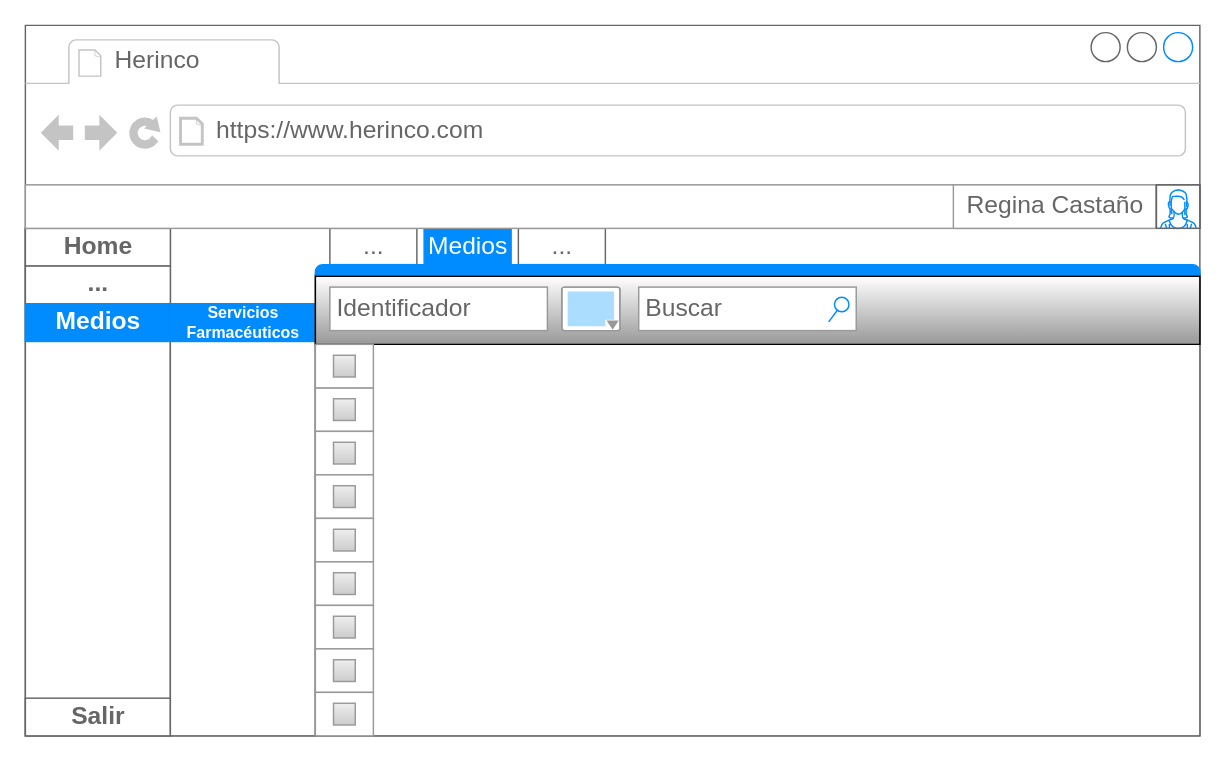
Above: Untitled Diagram.drawio in 0scarTrujill0/MOCKUPS-MAESTRO-MEDIOS (draw.io), before the change. Source tidied: cells renumbered, new cells numbered last; positions are measured from the earlier drawing's top-left corner, leaving out a move shared by most shapes. Both pictures are drawn from the tidied source at 145%, with x=0, y=0 at pixel (25, 25).
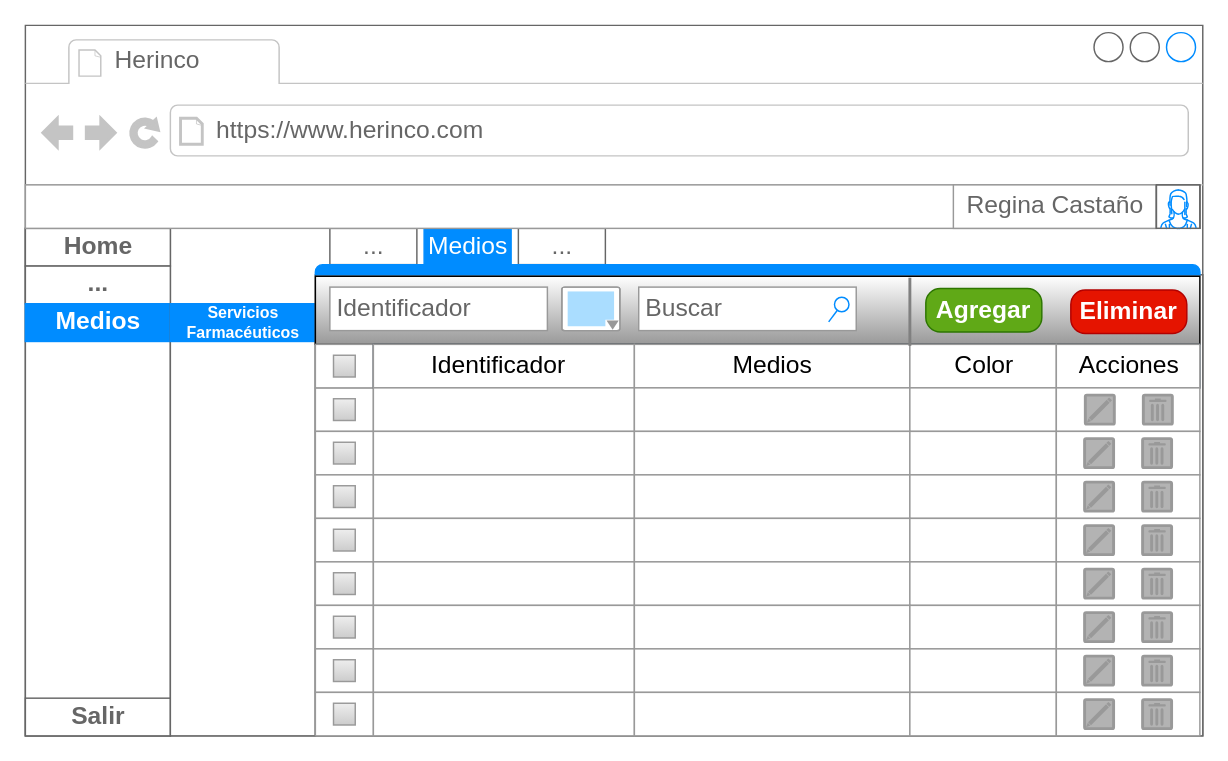
The same diagram, later.

Diff of the diagram source:
```diff
@@
     <mxCell id="2" style="strokeWidth=1;shadow=0;dashed=0;align=center;html=1;shape=mxgraph.mockup.containers.browserWindow;rSize=0;strokeColor=#666666;strokeColor2=#008cff;strokeColor3=#c4c4c4;mainText=,;" parent="1" vertex="1">
-      <mxGeometry width="810" height="490" as="geometry" />
+      <mxGeometry width="812" height="490" as="geometry" />
     </mxCell>
@@
     <mxCell id="12" style="strokeWidth=1;shadow=0;dashed=0;align=center;html=1;shape=mxgraph.mockup.containers.marginRect2;rectMarginTop=32;strokeColor=#666666;gradientColor=none;labelBackgroundColor=none;fontSize=11;" parent="2" vertex="1">
-      <mxGeometry x="200" y="140" width="610" height="350" as="geometry" />
+      <mxGeometry x="200" y="140" width="612" height="350" as="geometry" />
     </mxCell>
@@
+    <mxCell id="52" style="group;fillColor=#647687;strokeColor=#314354;fontColor=#ffffff;" parent="12" vertex="1">
+      <mxGeometry x="40" y="80" width="570" height="30" as="geometry" />
+    </mxCell>
+    <mxCell id="53" style="strokeWidth=1;shadow=0;dashed=0;align=center;html=1;shape=mxgraph.mockup.forms.rrect;rSize=0;strokeColor=#999999;fillColor=#ffffff;labelBackgroundColor=none;fontSize=15;" parent="52" vertex="1">
+      <mxGeometry width="180" height="30" as="geometry" />
+    </mxCell>
+    <mxCell id="54" style="strokeWidth=1;shadow=0;dashed=0;align=center;html=1;shape=mxgraph.mockup.forms.rrect;rSize=0;strokeColor=#999999;fillColor=#ffffff;labelBackgroundColor=none;fontSize=15;" parent="52" vertex="1">
+      <mxGeometry x="180" width="190" height="30" as="geometry" />
+    </mxCell>
+    <mxCell id="55" style="strokeWidth=1;shadow=0;dashed=0;align=center;html=1;shape=mxgraph.mockup.forms.rrect;rSize=0;strokeColor=#999999;fillColor=#ffffff;labelBackgroundColor=none;fontSize=15;" parent="52" vertex="1">
+      <mxGeometry x="370" width="101" height="30" as="geometry" />
+    </mxCell>
+    <mxCell id="56" style="strokeWidth=1;shadow=0;dashed=0;align=center;html=1;shape=mxgraph.mockup.forms.rrect;rSize=0;strokeColor=#999999;fillColor=#ffffff;labelBackgroundColor=none;fontSize=15;" parent="52" vertex="1">
+      <mxGeometry x="471" width="99" height="30" as="geometry" />
+    </mxCell>
+    <mxCell id="57" value="Identificador" style="text;html=1;align=center;verticalAlign=middle;fillColor=none;strokeColor=none;rounded=0;labelBackgroundColor=none;fontSize=17;" parent="52" vertex="1">
+      <mxGeometry x="31" width="110" height="30" as="geometry" />
+    </mxCell>
+    <mxCell id="58" value="&lt;div&gt;Medios&lt;/div&gt;" style="text;html=1;align=center;verticalAlign=middle;fillColor=none;strokeColor=none;rounded=0;labelBackgroundColor=none;fontSize=17;" parent="52" vertex="1">
+      <mxGeometry x="240" width="70" height="30" as="geometry" />
+    </mxCell>
+    <mxCell id="59" value="&lt;div&gt;Color&lt;/div&gt;" style="text;html=1;align=center;verticalAlign=middle;fillColor=none;strokeColor=none;rounded=0;labelBackgroundColor=none;fontSize=17;" parent="52" vertex="1">
+      <mxGeometry x="390.5" width="60" height="30" as="geometry" />
+    </mxCell>
+    <mxCell id="60" value="Acciones" style="text;html=1;align=center;verticalAlign=middle;fillColor=none;strokeColor=none;rounded=0;labelBackgroundColor=none;fontSize=17;" parent="52" vertex="1">
+      <mxGeometry x="480.5" width="80" height="30" as="geometry" />
+    </mxCell>
+    <mxCell id="61" style="group;" parent="12" vertex="1">
+      <mxGeometry x="40" y="110" width="570" height="30" as="geometry" />
+    </mxCell>
+    <mxCell id="62" style="strokeWidth=1;shadow=0;dashed=0;align=center;html=1;shape=mxgraph.mockup.forms.rrect;rSize=0;strokeColor=#999999;fillColor=#ffffff;labelBackgroundColor=none;fontSize=15;" parent="61" vertex="1">
+      <mxGeometry width="180" height="30" as="geometry" />
+    </mxCell>
+    <mxCell id="63" style="strokeWidth=1;shadow=0;dashed=0;align=center;html=1;shape=mxgraph.mockup.forms.rrect;rSize=0;strokeColor=#999999;fillColor=#ffffff;labelBackgroundColor=none;fontSize=15;" parent="61" vertex="1">
+      <mxGeometry x="180" width="190" height="30" as="geometry" />
+    </mxCell>
+    <mxCell id="64" style="strokeWidth=1;shadow=0;dashed=0;align=center;html=1;shape=mxgraph.mockup.forms.rrect;rSize=0;strokeColor=#999999;fillColor=#ffffff;labelBackgroundColor=none;fontSize=15;" parent="61" vertex="1">
+      <mxGeometry x="370" width="101" height="30" as="geometry" />
+    </mxCell>
+    <mxCell id="65" style="strokeWidth=1;shadow=0;dashed=0;align=center;html=1;shape=mxgraph.mockup.forms.rrect;rSize=0;strokeColor=#999999;fillColor=#ffffff;labelBackgroundColor=none;fontSize=15;" parent="61" vertex="1">
+      <mxGeometry x="471" width="99" height="30" as="geometry" />
+    </mxCell>
+    <mxCell id="66" style="group;" parent="61" vertex="1">
+      <mxGeometry x="491" y="5" width="60" height="20" as="geometry" />
+    </mxCell>
+    <mxCell id="67" style="strokeColor=#999999;verticalLabelPosition=bottom;shadow=0;dashed=0;verticalAlign=top;strokeWidth=2;html=1;shape=mxgraph.mockup.misc.trashcanIcon;labelBackgroundColor=none;fontSize=17;fillColor=#B3B3B3;gradientColor=none;gradientDirection=south;" parent="66" vertex="1">
+      <mxGeometry x="40" width="20" height="20" as="geometry" />
+    </mxCell>
+    <mxCell id="68" style="strokeColor=#999999;verticalLabelPosition=bottom;shadow=0;dashed=0;verticalAlign=top;strokeWidth=2;html=1;shape=mxgraph.mockup.misc.editIcon;labelBackgroundColor=none;fontSize=17;fillColor=#B3B3B3;gradientColor=none;gradientDirection=south;" parent="66" vertex="1">
+      <mxGeometry width="20" height="20" as="geometry" />
+    </mxCell>
+    <mxCell id="69" style="group;" parent="12" vertex="1">
+      <mxGeometry x="40" y="140" width="570" height="30" as="geometry" />
+    </mxCell>
+    <mxCell id="70" style="strokeWidth=1;shadow=0;dashed=0;align=center;html=1;shape=mxgraph.mockup.forms.rrect;rSize=0;strokeColor=#999999;fillColor=#ffffff;labelBackgroundColor=none;fontSize=15;" parent="69" vertex="1">
+      <mxGeometry width="180" height="30" as="geometry" />
+    </mxCell>
+    <mxCell id="71" style="strokeWidth=1;shadow=0;dashed=0;align=center;html=1;shape=mxgraph.mockup.forms.rrect;rSize=0;strokeColor=#999999;fillColor=#ffffff;labelBackgroundColor=none;fontSize=15;" parent="69" vertex="1">
+      <mxGeometry x="180" width="190" height="30" as="geometry" />
+    </mxCell>
+    <mxCell id="72" style="strokeWidth=1;shadow=0;dashed=0;align=center;html=1;shape=mxgraph.mockup.forms.rrect;rSize=0;strokeColor=#999999;fillColor=#ffffff;labelBackgroundColor=none;fontSize=15;" parent="69" vertex="1">
+      <mxGeometry x="370" width="101" height="30" as="geometry" />
+    </mxCell>
+    <mxCell id="73" style="strokeWidth=1;shadow=0;dashed=0;align=center;html=1;shape=mxgraph.mockup.forms.rrect;rSize=0;strokeColor=#999999;fillColor=#ffffff;labelBackgroundColor=none;fontSize=15;" parent="69" vertex="1">
+      <mxGeometry x="471" width="99" height="30" as="geometry" />
+    </mxCell>
+    <mxCell id="74" style="group;" parent="69" vertex="1">
+      <mxGeometry x="490.5" y="5" width="60" height="20" as="geometry" />
+    </mxCell>
+    <mxCell id="75" style="strokeColor=#999999;verticalLabelPosition=bottom;shadow=0;dashed=0;verticalAlign=top;strokeWidth=2;html=1;shape=mxgraph.mockup.misc.trashcanIcon;labelBackgroundColor=none;fontSize=17;fillColor=#B3B3B3;gradientColor=none;gradientDirection=south;" parent="74" vertex="1">
+      <mxGeometry x="40" width="20" height="20" as="geometry" />
+    </mxCell>
+    <mxCell id="76" style="strokeColor=#999999;verticalLabelPosition=bottom;shadow=0;dashed=0;verticalAlign=top;strokeWidth=2;html=1;shape=mxgraph.mockup.misc.editIcon;labelBackgroundColor=none;fontSize=17;fillColor=#B3B3B3;gradientColor=none;gradientDirection=south;" parent="74" vertex="1">
+      <mxGeometry width="20" height="20" as="geometry" />
+    </mxCell>
+    <mxCell id="77" style="group;" parent="12" vertex="1">
+      <mxGeometry x="40" y="170" width="570" height="30" as="geometry" />
+    </mxCell>
+    <mxCell id="78" style="strokeWidth=1;shadow=0;dashed=0;align=center;html=1;shape=mxgraph.mockup.forms.rrect;rSize=0;strokeColor=#999999;fillColor=#ffffff;labelBackgroundColor=none;fontSize=15;" parent="77" vertex="1">
+      <mxGeometry width="180" height="30" as="geometry" />
+    </mxCell>
+    <mxCell id="79" style="strokeWidth=1;shadow=0;dashed=0;align=center;html=1;shape=mxgraph.mockup.forms.rrect;rSize=0;strokeColor=#999999;fillColor=#ffffff;labelBackgroundColor=none;fontSize=15;" parent="77" vertex="1">
+      <mxGeometry x="180" width="190" height="30" as="geometry" />
+    </mxCell>
+    <mxCell id="80" style="strokeWidth=1;shadow=0;dashed=0;align=center;html=1;shape=mxgraph.mockup.forms.rrect;rSize=0;strokeColor=#999999;fillColor=#ffffff;labelBackgroundColor=none;fontSize=15;" parent="77" vertex="1">
+      <mxGeometry x="370" width="101" height="30" as="geometry" />
+    </mxCell>
+    <mxCell id="81" style="strokeWidth=1;shadow=0;dashed=0;align=center;html=1;shape=mxgraph.mockup.forms.rrect;rSize=0;strokeColor=#999999;fillColor=#ffffff;labelBackgroundColor=none;fontSize=15;" parent="77" vertex="1">
+      <mxGeometry x="471" width="99" height="30" as="geometry" />
+    </mxCell>
+    <mxCell id="82" style="group;" parent="77" vertex="1">
+      <mxGeometry x="490.5" y="5" width="60" height="20" as="geometry" />
+    </mxCell>
+    <mxCell id="83" style="strokeColor=#999999;verticalLabelPosition=bottom;shadow=0;dashed=0;verticalAlign=top;strokeWidth=2;html=1;shape=mxgraph.mockup.misc.trashcanIcon;labelBackgroundColor=none;fontSize=17;fillColor=#B3B3B3;gradientColor=none;gradientDirection=south;" parent="82" vertex="1">
+      <mxGeometry x="40" width="20" height="20" as="geometry" />
+    </mxCell>
+    <mxCell id="84" style="strokeColor=#999999;verticalLabelPosition=bottom;shadow=0;dashed=0;verticalAlign=top;strokeWidth=2;html=1;shape=mxgraph.mockup.misc.editIcon;labelBackgroundColor=none;fontSize=17;fillColor=#B3B3B3;gradientColor=none;gradientDirection=south;" parent="82" vertex="1">
+      <mxGeometry width="20" height="20" as="geometry" />
+    </mxCell>
+    <mxCell id="85" style="group;" parent="12" vertex="1">
+      <mxGeometry x="40" y="200" width="570" height="30" as="geometry" />
+    </mxCell>
+    <mxCell id="86" style="strokeWidth=1;shadow=0;dashed=0;align=center;html=1;shape=mxgraph.mockup.forms.rrect;rSize=0;strokeColor=#999999;fillColor=#ffffff;labelBackgroundColor=none;fontSize=15;" parent="85" vertex="1">
+      <mxGeometry width="180" height="30" as="geometry" />
+    </mxCell>
+    <mxCell id="87" style="strokeWidth=1;shadow=0;dashed=0;align=center;html=1;shape=mxgraph.mockup.forms.rrect;rSize=0;strokeColor=#999999;fillColor=#ffffff;labelBackgroundColor=none;fontSize=15;" parent="85" vertex="1">
+      <mxGeometry x="180" width="190" height="30" as="geometry" />
+    </mxCell>
+    <mxCell id="88" style="strokeWidth=1;shadow=0;dashed=0;align=center;html=1;shape=mxgraph.mockup.forms.rrect;rSize=0;strokeColor=#999999;fillColor=#ffffff;labelBackgroundColor=none;fontSize=15;" parent="85" vertex="1">
+      <mxGeometry x="370" width="101" height="30" as="geometry" />
+    </mxCell>
+    <mxCell id="89" style="strokeWidth=1;shadow=0;dashed=0;align=center;html=1;shape=mxgraph.mockup.forms.rrect;rSize=0;strokeColor=#999999;fillColor=#ffffff;labelBackgroundColor=none;fontSize=15;" parent="85" vertex="1">
+      <mxGeometry x="471" width="99" height="30" as="geometry" />
+    </mxCell>
+    <mxCell id="90" style="group;" parent="85" vertex="1">
+      <mxGeometry x="490.5" y="5" width="60" height="20" as="geometry" />
+    </mxCell>
+    <mxCell id="91" style="strokeColor=#999999;verticalLabelPosition=bottom;shadow=0;dashed=0;verticalAlign=top;strokeWidth=2;html=1;shape=mxgraph.mockup.misc.trashcanIcon;labelBackgroundColor=none;fontSize=17;fillColor=#B3B3B3;gradientColor=none;gradientDirection=south;" parent="90" vertex="1">
+      <mxGeometry x="40" width="20" height="20" as="geometry" />
+    </mxCell>
+    <mxCell id="92" style="strokeColor=#999999;verticalLabelPosition=bottom;shadow=0;dashed=0;verticalAlign=top;strokeWidth=2;html=1;shape=mxgraph.mockup.misc.editIcon;labelBackgroundColor=none;fontSize=17;fillColor=#B3B3B3;gradientColor=none;gradientDirection=south;" parent="90" vertex="1">
+      <mxGeometry width="20" height="20" as="geometry" />
+    </mxCell>
+    <mxCell id="93" style="group;" parent="12" vertex="1">
+      <mxGeometry x="40" y="230" width="570" height="30" as="geometry" />
+    </mxCell>
+    <mxCell id="94" style="strokeWidth=1;shadow=0;dashed=0;align=center;html=1;shape=mxgraph.mockup.forms.rrect;rSize=0;strokeColor=#999999;fillColor=#ffffff;labelBackgroundColor=none;fontSize=15;" parent="93" vertex="1">
+      <mxGeometry width="180" height="30" as="geometry" />
+    </mxCell>
+    <mxCell id="95" style="strokeWidth=1;shadow=0;dashed=0;align=center;html=1;shape=mxgraph.mockup.forms.rrect;rSize=0;strokeColor=#999999;fillColor=#ffffff;labelBackgroundColor=none;fontSize=15;" parent="93" vertex="1">
+      <mxGeometry x="180" width="190" height="30" as="geometry" />
+    </mxCell>
+    <mxCell id="96" style="strokeWidth=1;shadow=0;dashed=0;align=center;html=1;shape=mxgraph.mockup.forms.rrect;rSize=0;strokeColor=#999999;fillColor=#ffffff;labelBackgroundColor=none;fontSize=15;" parent="93" vertex="1">
+      <mxGeometry x="370" width="101" height="30" as="geometry" />
+    </mxCell>
+    <mxCell id="97" style="strokeWidth=1;shadow=0;dashed=0;align=center;html=1;shape=mxgraph.mockup.forms.rrect;rSize=0;strokeColor=#999999;fillColor=#ffffff;labelBackgroundColor=none;fontSize=15;" parent="93" vertex="1">
+      <mxGeometry x="471" width="99" height="30" as="geometry" />
+    </mxCell>
+    <mxCell id="98" style="group;" parent="93" vertex="1">
+      <mxGeometry x="490.5" y="5" width="60" height="20" as="geometry" />
+    </mxCell>
+    <mxCell id="99" style="strokeColor=#999999;verticalLabelPosition=bottom;shadow=0;dashed=0;verticalAlign=top;strokeWidth=2;html=1;shape=mxgraph.mockup.misc.trashcanIcon;labelBackgroundColor=none;fontSize=17;fillColor=#B3B3B3;gradientColor=none;gradientDirection=south;" parent="98" vertex="1">
+      <mxGeometry x="40" width="20" height="20" as="geometry" />
+    </mxCell>
+    <mxCell id="100" style="strokeColor=#999999;verticalLabelPosition=bottom;shadow=0;dashed=0;verticalAlign=top;strokeWidth=2;html=1;shape=mxgraph.mockup.misc.editIcon;labelBackgroundColor=none;fontSize=17;fillColor=#B3B3B3;gradientColor=none;gradientDirection=south;" parent="98" vertex="1">
+      <mxGeometry width="20" height="20" as="geometry" />
+    </mxCell>
+    <mxCell id="101" style="group;" parent="12" vertex="1">
+      <mxGeometry x="40" y="260" width="570" height="30" as="geometry" />
+    </mxCell>
+    <mxCell id="102" style="strokeWidth=1;shadow=0;dashed=0;align=center;html=1;shape=mxgraph.mockup.forms.rrect;rSize=0;strokeColor=#999999;fillColor=#ffffff;labelBackgroundColor=none;fontSize=15;" parent="101" vertex="1">
+      <mxGeometry width="180" height="30" as="geometry" />
+    </mxCell>
+    <mxCell id="103" style="strokeWidth=1;shadow=0;dashed=0;align=center;html=1;shape=mxgraph.mockup.forms.rrect;rSize=0;strokeColor=#999999;fillColor=#ffffff;labelBackgroundColor=none;fontSize=15;" parent="101" vertex="1">
+      <mxGeometry x="180" width="190" height="30" as="geometry" />
+    </mxCell>
+    <mxCell id="104" style="strokeWidth=1;shadow=0;dashed=0;align=center;html=1;shape=mxgraph.mockup.forms.rrect;rSize=0;strokeColor=#999999;fillColor=#ffffff;labelBackgroundColor=none;fontSize=15;" parent="101" vertex="1">
+      <mxGeometry x="370" width="101" height="30" as="geometry" />
+    </mxCell>
+    <mxCell id="105" style="strokeWidth=1;shadow=0;dashed=0;align=center;html=1;shape=mxgraph.mockup.forms.rrect;rSize=0;strokeColor=#999999;fillColor=#ffffff;labelBackgroundColor=none;fontSize=15;" parent="101" vertex="1">
+      <mxGeometry x="471" width="99" height="30" as="geometry" />
+    </mxCell>
+    <mxCell id="106" style="group;" parent="101" vertex="1">
+      <mxGeometry x="490.5" y="5" width="60" height="20" as="geometry" />
+    </mxCell>
+    <mxCell id="107" style="strokeColor=#999999;verticalLabelPosition=bottom;shadow=0;dashed=0;verticalAlign=top;strokeWidth=2;html=1;shape=mxgraph.mockup.misc.trashcanIcon;labelBackgroundColor=none;fontSize=17;fillColor=#B3B3B3;gradientColor=none;gradientDirection=south;" parent="106" vertex="1">
+      <mxGeometry x="40" width="20" height="20" as="geometry" />
+    </mxCell>
+    <mxCell id="108" style="strokeColor=#999999;verticalLabelPosition=bottom;shadow=0;dashed=0;verticalAlign=top;strokeWidth=2;html=1;shape=mxgraph.mockup.misc.editIcon;labelBackgroundColor=none;fontSize=17;fillColor=#B3B3B3;gradientColor=none;gradientDirection=south;" parent="106" vertex="1">
+      <mxGeometry width="20" height="20" as="geometry" />
+    </mxCell>
+    <mxCell id="109" style="group;" parent="12" vertex="1">
+      <mxGeometry x="40" y="290" width="570" height="30" as="geometry" />
+    </mxCell>
+    <mxCell id="110" style="strokeWidth=1;shadow=0;dashed=0;align=center;html=1;shape=mxgraph.mockup.forms.rrect;rSize=0;strokeColor=#999999;fillColor=#ffffff;labelBackgroundColor=none;fontSize=15;" parent="109" vertex="1">
+      <mxGeometry width="180" height="30" as="geometry" />
+    </mxCell>
+    <mxCell id="111" style="strokeWidth=1;shadow=0;dashed=0;align=center;html=1;shape=mxgraph.mockup.forms.rrect;rSize=0;strokeColor=#999999;fillColor=#ffffff;labelBackgroundColor=none;fontSize=15;" parent="109" vertex="1">
+      <mxGeometry x="180" width="190" height="30" as="geometry" />
+    </mxCell>
+    <mxCell id="112" style="strokeWidth=1;shadow=0;dashed=0;align=center;html=1;shape=mxgraph.mockup.forms.rrect;rSize=0;strokeColor=#999999;fillColor=#ffffff;labelBackgroundColor=none;fontSize=15;" parent="109" vertex="1">
+      <mxGeometry x="370" width="101" height="30" as="geometry" />
+    </mxCell>
+    <mxCell id="113" style="strokeWidth=1;shadow=0;dashed=0;align=center;html=1;shape=mxgraph.mockup.forms.rrect;rSize=0;strokeColor=#999999;fillColor=#ffffff;labelBackgroundColor=none;fontSize=15;" parent="109" vertex="1">
+      <mxGeometry x="471" width="99" height="30" as="geometry" />
+    </mxCell>
+    <mxCell id="114" style="group;" parent="109" vertex="1">
+      <mxGeometry x="490.5" y="5" width="60" height="20" as="geometry" />
+    </mxCell>
+    <mxCell id="115" style="strokeColor=#999999;verticalLabelPosition=bottom;shadow=0;dashed=0;verticalAlign=top;strokeWidth=2;html=1;shape=mxgraph.mockup.misc.trashcanIcon;labelBackgroundColor=none;fontSize=17;fillColor=#B3B3B3;gradientColor=none;gradientDirection=south;" parent="114" vertex="1">
+      <mxGeometry x="40" width="20" height="20" as="geometry" />
+    </mxCell>
+    <mxCell id="116" style="strokeColor=#999999;verticalLabelPosition=bottom;shadow=0;dashed=0;verticalAlign=top;strokeWidth=2;html=1;shape=mxgraph.mockup.misc.editIcon;labelBackgroundColor=none;fontSize=17;fillColor=#B3B3B3;gradientColor=none;gradientDirection=south;" parent="114" vertex="1">
+      <mxGeometry width="20" height="20" as="geometry" />
+    </mxCell>
+    <mxCell id="117" style="group;" parent="12" vertex="1">
+      <mxGeometry x="40" y="320" width="570" height="30" as="geometry" />
+    </mxCell>
+    <mxCell id="118" style="strokeWidth=1;shadow=0;dashed=0;align=center;html=1;shape=mxgraph.mockup.forms.rrect;rSize=0;strokeColor=#999999;fillColor=#ffffff;labelBackgroundColor=none;fontSize=15;" parent="117" vertex="1">
+      <mxGeometry width="180" height="30" as="geometry" />
+    </mxCell>
+    <mxCell id="119" style="strokeWidth=1;shadow=0;dashed=0;align=center;html=1;shape=mxgraph.mockup.forms.rrect;rSize=0;strokeColor=#999999;fillColor=#ffffff;labelBackgroundColor=none;fontSize=15;" parent="117" vertex="1">
+      <mxGeometry x="180" width="190" height="30" as="geometry" />
+    </mxCell>
+    <mxCell id="120" style="strokeWidth=1;shadow=0;dashed=0;align=center;html=1;shape=mxgraph.mockup.forms.rrect;rSize=0;strokeColor=#999999;fillColor=#ffffff;labelBackgroundColor=none;fontSize=15;" parent="117" vertex="1">
+      <mxGeometry x="370" width="101" height="30" as="geometry" />
+    </mxCell>
+    <mxCell id="121" style="strokeWidth=1;shadow=0;dashed=0;align=center;html=1;shape=mxgraph.mockup.forms.rrect;rSize=0;strokeColor=#999999;fillColor=#ffffff;labelBackgroundColor=none;fontSize=15;" parent="117" vertex="1">
+      <mxGeometry x="471" width="99" height="30" as="geometry" />
+    </mxCell>
+    <mxCell id="122" style="group;" parent="117" vertex="1">
+      <mxGeometry x="490.5" y="5" width="60" height="20" as="geometry" />
+    </mxCell>
+    <mxCell id="123" style="strokeColor=#999999;verticalLabelPosition=bottom;shadow=0;dashed=0;verticalAlign=top;strokeWidth=2;html=1;shape=mxgraph.mockup.misc.trashcanIcon;labelBackgroundColor=none;fontSize=17;fillColor=#B3B3B3;gradientColor=none;gradientDirection=south;" parent="122" vertex="1">
+      <mxGeometry x="40" width="20" height="20" as="geometry" />
+    </mxCell>
+    <mxCell id="124" style="strokeColor=#999999;verticalLabelPosition=bottom;shadow=0;dashed=0;verticalAlign=top;strokeWidth=2;html=1;shape=mxgraph.mockup.misc.editIcon;labelBackgroundColor=none;fontSize=17;fillColor=#B3B3B3;gradientColor=none;gradientDirection=south;" parent="122" vertex="1">
+      <mxGeometry width="20" height="20" as="geometry" />
+    </mxCell>
+    <mxCell id="125" style="line;strokeWidth=2;direction=south;html=1;labelBackgroundColor=none;fontSize=17;fillColor=#B3B3B3;gradientColor=none;gradientDirection=south;strokeColor=#808080;" parent="12" vertex="1">
+      <mxGeometry x="405" y="34" width="10" height="47" as="geometry" />
+    </mxCell>
+    <mxCell id="126" value="Agregar" style="strokeWidth=1;shadow=0;dashed=0;align=center;html=1;shape=mxgraph.mockup.buttons.button;strokeColor=#2D7600;fontColor=#ffffff;mainText=;buttonStyle=round;fontSize=17;fontStyle=1;fillColor=#60a917;whiteSpace=wrap;labelBackgroundColor=none;" parent="12" vertex="1">
+      <mxGeometry x="421" y="41.5" width="80" height="30" as="geometry" />
+    </mxCell>
+    <mxCell id="127" value="Eliminar" style="strokeWidth=1;shadow=0;dashed=0;align=center;html=1;shape=mxgraph.mockup.buttons.button;strokeColor=#B20000;fontColor=#ffffff;mainText=;buttonStyle=round;fontSize=17;fontStyle=1;fillColor=#e51400;whiteSpace=wrap;labelBackgroundColor=none;" parent="12" vertex="1">
+      <mxGeometry x="521" y="42.5" width="80" height="30" as="geometry" />
+    </mxCell>
```
